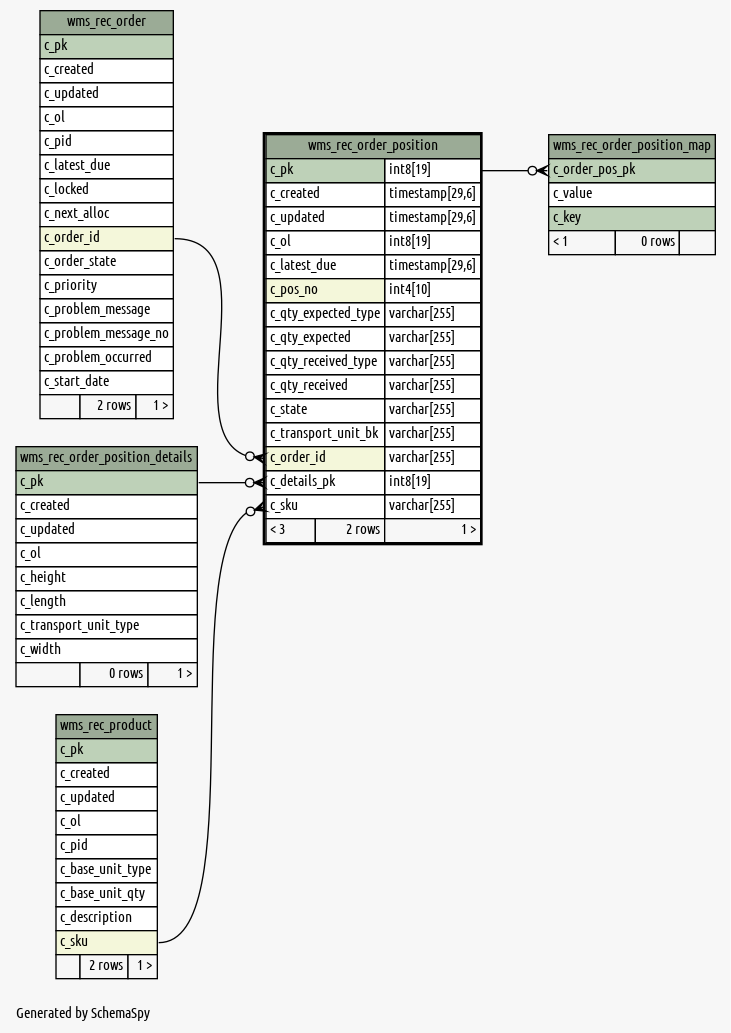
Above: 1.0.0-SNAPSHOT/schemaspy/diagrams/wms_rec_order_position.1degree.png in openwms/org.openwms.wms.receiving.lib (Graphviz), before the change. Its source is kept beside it as 1.0.0-SNAPSHOT/schemaspy/diagrams/wms_rec_order_position.1degree.dot.
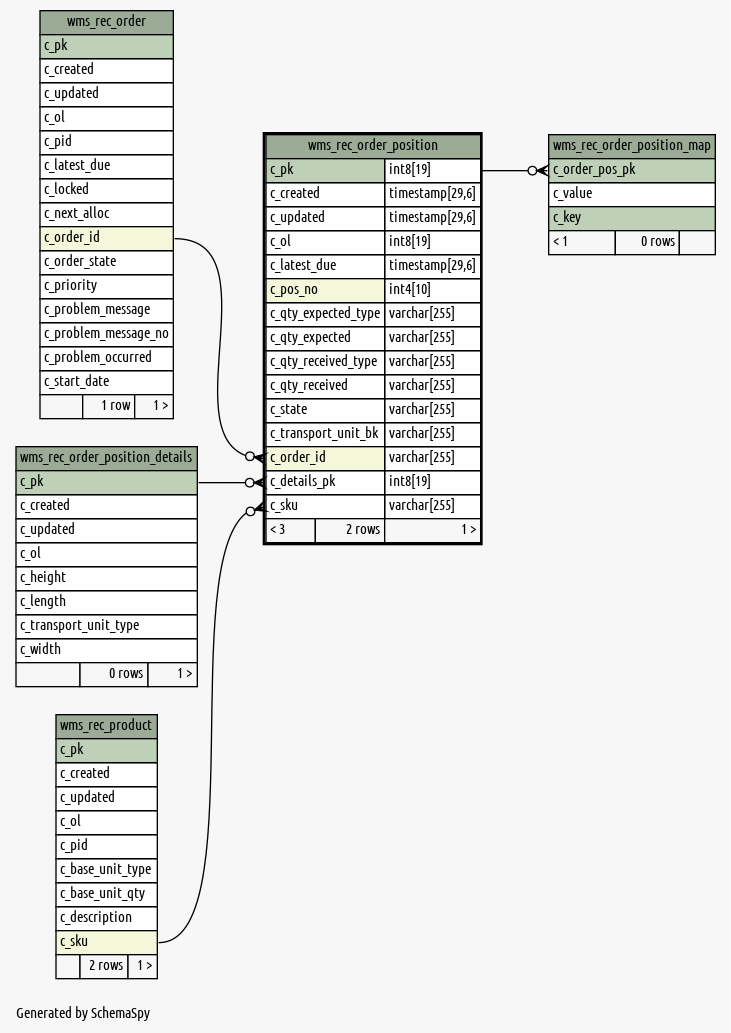
The same file after the commit.

What changed in the source:
```diff
@@ -40,7 +40,7 @@
       <TR><TD PORT="c_problem_message_no" COLSPAN="3" ALIGN="LEFT">c_problem_message_no</TD></TR>
       <TR><TD PORT="c_problem_occurred" COLSPAN="3" ALIGN="LEFT">c_problem_occurred</TD></TR>
       <TR><TD PORT="c_start_date" COLSPAN="3" ALIGN="LEFT">c_start_date</TD></TR>
-      <TR><TD ALIGN="LEFT" BGCOLOR="#f7f7f7">  </TD><TD ALIGN="RIGHT" BGCOLOR="#f7f7f7">2 rows</TD><TD ALIGN="RIGHT" BGCOLOR="#f7f7f7">1 &gt;</TD></TR>
+      <TR><TD ALIGN="LEFT" BGCOLOR="#f7f7f7">  </TD><TD ALIGN="RIGHT" BGCOLOR="#f7f7f7">1 row</TD><TD ALIGN="RIGHT" BGCOLOR="#f7f7f7">1 &gt;</TD></TR>
     </TABLE>>
     URL="wms_rec_order.html"
     tooltip="wms_rec_order"
```
